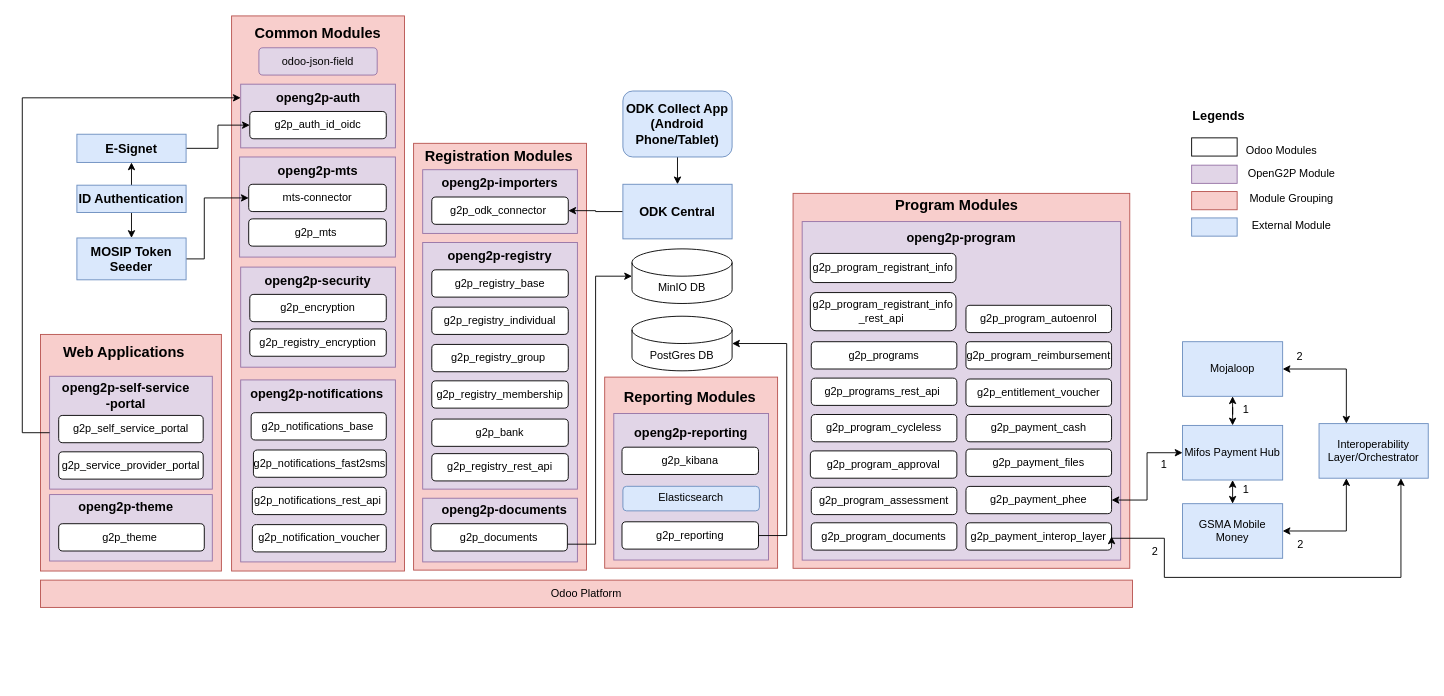
Earlier version of the draw.io diagram .gitbook/assets/technical-architecture.drawio (OpenG2P/openg2p-documentation). Source tidied: cells renumbered, new cells numbered last; positions are measured from the earlier drawing's top-left corner, leaving out a move shared by most shapes. Both pictures are drawn from the tidied source at 91%, with x=0, y=0 at pixel (22, 15). Pictures stored in the file or linked from it are replaced by grey dashed boxes.
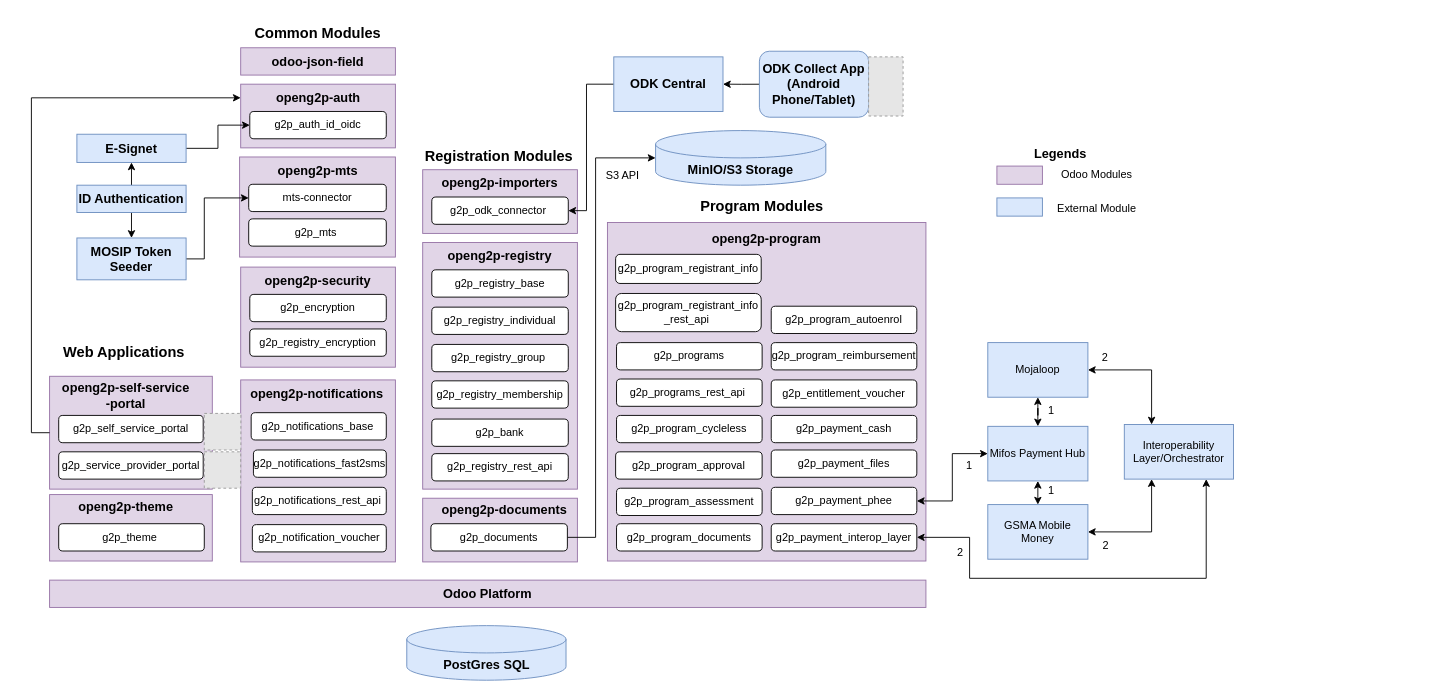
The same page after the edit.

Unchanged cells that the change refers to:
```xml
<mxCell id="5" style="rounded=0;whiteSpace=wrap;html=1;fillColor=#e1d5e7;strokeColor=#9673a6;" parent="1" vertex="1">
  <mxGeometry x="30" y="396" width="178.8" height="124" as="geometry" />
</mxCell>
<mxCell id="16" value="g2p_odk_connector&amp;nbsp;" style="rounded=1;whiteSpace=wrap;html=1;" parent="1" vertex="1">
  <mxGeometry x="450" y="199" width="150" height="30" as="geometry" />
</mxCell>
<mxCell id="40" value="g2p_documents" style="rounded=1;whiteSpace=wrap;html=1;" parent="1" vertex="1">
  <mxGeometry x="449" y="558" width="150" height="30" as="geometry" />
</mxCell>
```

The edit, as a diff of the source:
```diff
@@
-    <mxCell id="2" style="rounded=0;whiteSpace=wrap;html=1;fillColor=#f8cecc;strokeColor=#b85450;" parent="1" vertex="1">
-      <mxGeometry x="430" y="140" width="190" height="469" as="geometry" />
-    </mxCell>
@@
-    <mxCell id="4" style="rounded=0;whiteSpace=wrap;html=1;fillColor=#f8cecc;strokeColor=#b85450;" parent="1" vertex="1">
-      <mxGeometry x="20" y="350" width="198.8" height="260" as="geometry" />
-    </mxCell>
@@
-    <mxCell id="7" style="rounded=0;whiteSpace=wrap;html=1;fillColor=#f8cecc;strokeColor=#b85450;" parent="1" vertex="1">
-      <mxGeometry x="230" width="190" height="610" as="geometry" />
-    </mxCell>
@@
-    <mxCell id="11" value="Odoo Platform" style="rounded=0;whiteSpace=wrap;html=1;fillColor=#f8cecc;strokeColor=#b85450;" parent="1" vertex="1">
-      <mxGeometry x="20" y="620" width="1200" height="30" as="geometry" />
-    </mxCell>
-    <mxCell id="12" value="PostGres DB" style="shape=cylinder3;whiteSpace=wrap;html=1;boundedLbl=1;backgroundOutline=1;size=15;" parent="1" vertex="1">
-      <mxGeometry x="670" y="330" width="110" height="60" as="geometry" />
+    <mxCell id="12" value="&lt;b&gt;&lt;font style=&quot;font-size: 14px;&quot;&gt;PostGres SQL&lt;/font&gt;&lt;/b&gt;" style="shape=cylinder3;whiteSpace=wrap;html=1;boundedLbl=1;backgroundOutline=1;size=15;fillColor=#dae8fc;strokeColor=#6c8ebf;" parent="1" vertex="1">
+      <mxGeometry x="422.5" y="670" width="175" height="60" as="geometry" />
     </mxCell>
-    <mxCell id="13" value="MinIO DB" style="shape=cylinder3;whiteSpace=wrap;html=1;boundedLbl=1;backgroundOutline=1;size=15;" parent="1" vertex="1">
-      <mxGeometry x="670" y="256" width="110" height="60" as="geometry" />
+    <mxCell id="13" value="&lt;b&gt;&lt;font style=&quot;font-size: 14px;&quot;&gt;MinIO/S3 Storage&lt;/font&gt;&lt;/b&gt;" style="shape=cylinder3;whiteSpace=wrap;html=1;boundedLbl=1;backgroundOutline=1;size=15;fillColor=#dae8fc;strokeColor=#6c8ebf;" parent="1" vertex="1">
+      <mxGeometry x="695.9" y="126" width="187.1" height="60" as="geometry" />
     </mxCell>
-    <mxCell id="14" value="odoo-json-field" style="rounded=1;whiteSpace=wrap;html=1;fillColor=#e1d5e7;strokeColor=#9673a6;" parent="1" vertex="1">
-      <mxGeometry x="260" y="35" width="130" height="30" as="geometry" />
-    </mxCell>
@@
-    <mxCell id="39" style="edgeStyle=orthogonalEdgeStyle;rounded=0;jettySize=auto;html=1;exitX=1;exitY=0.75;exitDx=0;exitDy=0;entryX=0;entryY=0.5;entryDx=0;entryDy=0;entryPerimeter=0;" parent="1" edge="1" source="40" target="13">
+    <mxCell id="39" style="edgeStyle=orthogonalEdgeStyle;rounded=0;jettySize=auto;html=1;exitX=1;exitY=0.5;exitDx=0;exitDy=0;entryX=0;entryY=0.5;entryDx=0;entryDy=0;entryPerimeter=0;" parent="1" edge="1" source="40" target="13">
       <mxGeometry relative="1" as="geometry">
         <Array as="points">
-          <mxPoint x="630" y="580" />
-          <mxPoint x="630" y="286" />
+          <mxPoint x="630" y="573" />
+          <mxPoint x="630" y="156" />
         </Array>
       </mxGeometry>
     </mxCell>
@@
-    <mxCell id="44" style="rounded=0;whiteSpace=wrap;html=1;fillColor=#f8cecc;strokeColor=#b85450;" parent="1" vertex="1">
-      <mxGeometry x="847" y="195" width="370" height="412" as="geometry" />
-    </mxCell>
     <mxCell id="45" style="rounded=0;whiteSpace=wrap;html=1;fillColor=#e1d5e7;strokeColor=#9673a6;" parent="1" vertex="1">
-      <mxGeometry x="857" y="226" width="350" height="372" as="geometry" />
+      <mxGeometry x="643" y="227" width="350" height="372" as="geometry" />
     </mxCell>
     <mxCell id="46" value="g2p_program_registrant_info" style="rounded=1;whiteSpace=wrap;html=1;" parent="1" vertex="1">
-      <mxGeometry x="866" y="261" width="160" height="32" as="geometry" />
+      <mxGeometry x="652" y="262" width="160" height="32" as="geometry" />
     </mxCell>
     <mxCell id="47" value="openg2p-program" style="text;html=1;strokeColor=none;fillColor=none;align=center;verticalAlign=middle;whiteSpace=wrap;rounded=0;fontStyle=1;fontSize=14;" parent="1" vertex="1">
-      <mxGeometry x="967" y="229" width="130" height="30" as="geometry" />
+      <mxGeometry x="753" y="230" width="130" height="30" as="geometry" />
     </mxCell>
     <mxCell id="48" value="g2p_program_registrant_info&lt;br&gt;_rest_api&amp;nbsp;" style="rounded=1;whiteSpace=wrap;html=1;" parent="1" vertex="1">
-      <mxGeometry x="866" y="304" width="160" height="42" as="geometry" />
+      <mxGeometry x="652" y="305" width="160" height="42" as="geometry" />
     </mxCell>
     <mxCell id="49" value="g2p_programs" style="rounded=1;whiteSpace=wrap;html=1;" parent="1" vertex="1">
-      <mxGeometry x="867" y="358" width="160" height="30" as="geometry" />
+      <mxGeometry x="653" y="359" width="160" height="30" as="geometry" />
     </mxCell>
     <mxCell id="50" value="g2p_programs_rest_api&amp;nbsp;" style="rounded=1;whiteSpace=wrap;html=1;" parent="1" vertex="1">
-      <mxGeometry x="867" y="398" width="160" height="30" as="geometry" />
+      <mxGeometry x="653" y="399" width="160" height="30" as="geometry" />
     </mxCell>
     <mxCell id="51" value="g2p_program_cycleless" style="rounded=1;whiteSpace=wrap;html=1;" parent="1" vertex="1">
-      <mxGeometry x="867" y="438" width="160" height="30" as="geometry" />
+      <mxGeometry x="653" y="439" width="160" height="30" as="geometry" />
     </mxCell>
     <mxCell id="52" value="g2p_program_approval" style="rounded=1;whiteSpace=wrap;html=1;" parent="1" vertex="1">
-      <mxGeometry x="866" y="478" width="161" height="30" as="geometry" />
+      <mxGeometry x="652" y="479" width="161" height="30" as="geometry" />
     </mxCell>
     <mxCell id="53" value="g2p_program_assessment" style="rounded=1;whiteSpace=wrap;html=1;" parent="1" vertex="1">
-      <mxGeometry x="867" y="518" width="160" height="30" as="geometry" />
+      <mxGeometry x="653" y="519" width="160" height="30" as="geometry" />
     </mxCell>
     <mxCell id="54" value="&lt;b&gt;&lt;font style=&quot;font-size: 16px;&quot;&gt;Program Modules&lt;/font&gt;&lt;/b&gt;" style="text;html=1;strokeColor=none;fillColor=none;align=center;verticalAlign=middle;whiteSpace=wrap;rounded=0;" parent="1" vertex="1">
-      <mxGeometry x="942" y="193" width="170" height="30" as="geometry" />
+      <mxGeometry x="728" y="194" width="170" height="30" as="geometry" />
     </mxCell>
     <mxCell id="55" value="g2p_program_documents" style="rounded=1;whiteSpace=wrap;html=1;" parent="1" vertex="1">
-      <mxGeometry x="867" y="557" width="160" height="30" as="geometry" />
+      <mxGeometry x="653" y="558" width="160" height="30" as="geometry" />
     </mxCell>
     <mxCell id="56" value="g2p_payment_interop_layer" style="rounded=1;whiteSpace=wrap;html=1;" parent="1" vertex="1">
-      <mxGeometry x="1037" y="557" width="160" height="30" as="geometry" />
+      <mxGeometry x="823" y="558" width="160" height="30" as="geometry" />
     </mxCell>
     <mxCell id="57" value="g2p_payment_phee" style="rounded=1;whiteSpace=wrap;html=1;" parent="1" vertex="1">
-      <mxGeometry x="1037" y="517" width="160" height="30" as="geometry" />
+      <mxGeometry x="823" y="518" width="160" height="30" as="geometry" />
     </mxCell>
     <mxCell id="58" value="g2p_payment_files" style="rounded=1;whiteSpace=wrap;html=1;" parent="1" vertex="1">
-      <mxGeometry x="1037" y="476" width="160" height="30" as="geometry" />
+      <mxGeometry x="823" y="477" width="160" height="30" as="geometry" />
     </mxCell>
     <mxCell id="59" value="g2p_payment_cash" style="rounded=1;whiteSpace=wrap;html=1;" parent="1" vertex="1">
-      <mxGeometry x="1037" y="438" width="160" height="30" as="geometry" />
+      <mxGeometry x="823" y="439" width="160" height="30" as="geometry" />
     </mxCell>
     <mxCell id="60" value="g2p_entitlement_voucher" style="rounded=1;whiteSpace=wrap;html=1;" parent="1" vertex="1">
-      <mxGeometry x="1037" y="399" width="160" height="30" as="geometry" />
+      <mxGeometry x="823" y="400" width="160" height="30" as="geometry" />
     </mxCell>
     <mxCell id="61" value="g2p_program_reimbursement" style="rounded=1;whiteSpace=wrap;html=1;" parent="1" vertex="1">
-      <mxGeometry x="1037" y="358" width="160" height="30" as="geometry" />
+      <mxGeometry x="823" y="359" width="160" height="30" as="geometry" />
     </mxCell>
     <mxCell id="62" value="g2p_program_autoenrol" style="rounded=1;whiteSpace=wrap;html=1;" parent="1" vertex="1">
-      <mxGeometry x="1037" y="318" width="160" height="30" as="geometry" />
+      <mxGeometry x="823" y="319" width="160" height="30" as="geometry" />
     </mxCell>
@@
     <mxCell id="71" style="edgeStyle=orthogonalEdgeStyle;rounded=0;jettySize=auto;html=1;entryX=1;entryY=0.5;entryDx=0;entryDy=0;" parent="1" edge="1" source="72" target="16">
-      <mxGeometry relative="1" as="geometry" />
+      <mxGeometry relative="1" as="geometry">
+        <Array as="points">
+          <mxPoint x="620" y="75" />
+          <mxPoint x="620" y="214" />
+        </Array>
+      </mxGeometry>
     </mxCell>
     <mxCell id="72" value="&lt;b style=&quot;border-color: var(--border-color);&quot;&gt;&lt;font style=&quot;border-color: var(--border-color); font-size: 14px;&quot;&gt;ODK Central&lt;/font&gt;&lt;/b&gt;" style="rounded=0;whiteSpace=wrap;html=1;fillColor=#dae8fc;strokeColor=#6c8ebf;" parent="1" vertex="1">
-      <mxGeometry x="660" y="185" width="120" height="60" as="geometry" />
+      <mxGeometry x="650" y="45" width="120" height="60" as="geometry" />
     </mxCell>
-    <mxCell id="73" style="edgeStyle=orthogonalEdgeStyle;rounded=0;orthogonalLoop=1;jettySize=auto;html=1;exitX=0.5;exitY=1;exitDx=0;exitDy=0;exitPerimeter=0;" parent="1" edge="1" source="13" target="13">
-      <mxGeometry relative="1" as="geometry" />
-    </mxCell>
@@
-    <mxCell id="79" style="edgeStyle=orthogonalEdgeStyle;rounded=0;jettySize=auto;html=1;exitX=0.5;exitY=1;exitDx=0;exitDy=0;entryX=0.5;entryY=0;entryDx=0;entryDy=0;" parent="1" edge="1" source="80" target="72">
+    <mxCell id="79" style="edgeStyle=orthogonalEdgeStyle;rounded=0;jettySize=auto;html=1;exitX=0;exitY=0.5;exitDx=0;exitDy=0;entryX=1;entryY=0.5;entryDx=0;entryDy=0;" parent="1" edge="1" source="80" target="72">
       <mxGeometry relative="1" as="geometry" />
     </mxCell>
     <mxCell id="80" value="&lt;b style=&quot;font-size: 14px;&quot;&gt;ODK Collect App&lt;br&gt;(Android Phone/Tablet)&lt;/b&gt;" style="rounded=1;whiteSpace=wrap;html=1;fillColor=#dae8fc;strokeColor=#6c8ebf;" parent="1" vertex="1">
-      <mxGeometry x="660" y="82.5" width="120" height="72.5" as="geometry" />
+      <mxGeometry x="810" y="38.8" width="120" height="72.5" as="geometry" />
     </mxCell>
     <mxCell id="81" style="edgeStyle=orthogonalEdgeStyle;rounded=0;jettySize=auto;html=1;exitX=1;exitY=0.5;exitDx=0;exitDy=0;entryX=0.25;entryY=0;entryDx=0;entryDy=0;startArrow=classic;startFill=1;" parent="1" edge="1" source="82" target="90">
       <mxGeometry relative="1" as="geometry">
         <Array as="points">
-          <mxPoint x="1455" y="388" />
+          <mxPoint x="1241" y="389" />
         </Array>
       </mxGeometry>
     </mxCell>
     <mxCell id="82" value="Mojaloop" style="rounded=0;whiteSpace=wrap;html=1;fillColor=#dae8fc;strokeColor=#6c8ebf;" parent="1" vertex="1">
-      <mxGeometry x="1275" y="358" width="110" height="60" as="geometry" />
+      <mxGeometry x="1061" y="359" width="110" height="60" as="geometry" />
     </mxCell>
@@
     <mxCell id="86" value="Mifos Payment Hub" style="rounded=0;whiteSpace=wrap;html=1;fillColor=#dae8fc;strokeColor=#6c8ebf;" parent="1" vertex="1">
-      <mxGeometry x="1275" y="450" width="110" height="60" as="geometry" />
+      <mxGeometry x="1061" y="451" width="110" height="60" as="geometry" />
     </mxCell>
     <mxCell id="87" style="edgeStyle=orthogonalEdgeStyle;rounded=0;jettySize=auto;html=1;exitX=1;exitY=0.5;exitDx=0;exitDy=0;entryX=0.25;entryY=1;entryDx=0;entryDy=0;startArrow=classic;startFill=1;" parent="1" edge="1" source="88" target="90">
       <mxGeometry relative="1" as="geometry">
         <Array as="points">
-          <mxPoint x="1455" y="566" />
+          <mxPoint x="1241" y="567" />
         </Array>
       </mxGeometry>
     </mxCell>
     <mxCell id="88" value="GSMA Mobile Money" style="rounded=0;whiteSpace=wrap;html=1;fillColor=#dae8fc;strokeColor=#6c8ebf;" parent="1" vertex="1">
-      <mxGeometry x="1275" y="536" width="110" height="60" as="geometry" />
+      <mxGeometry x="1061" y="537" width="110" height="60" as="geometry" />
     </mxCell>
     <mxCell id="89" style="edgeStyle=orthogonalEdgeStyle;rounded=0;jettySize=auto;html=1;exitX=0.75;exitY=1;exitDx=0;exitDy=0;entryX=1;entryY=0.5;entryDx=0;entryDy=0;startArrow=classic;startFill=1;" parent="1" edge="1" source="90" target="56">
       <mxGeometry relative="1" as="geometry">
         <Array as="points">
-          <mxPoint x="1515" y="617" />
-          <mxPoint x="1255" y="617" />
-          <mxPoint x="1255" y="574" />
+          <mxPoint x="1301" y="618" />
+          <mxPoint x="1041" y="618" />
+          <mxPoint x="1041" y="573" />
         </Array>
       </mxGeometry>
     </mxCell>
     <mxCell id="90" value="Interoperability Layer/Orchestrator" style="rounded=0;whiteSpace=wrap;html=1;fillColor=#dae8fc;strokeColor=#6c8ebf;" parent="1" vertex="1">
-      <mxGeometry x="1425" y="448" width="120" height="60" as="geometry" />
+      <mxGeometry x="1211" y="449" width="120" height="60" as="geometry" />
     </mxCell>
@@
     <mxCell id="92" style="edgeStyle=orthogonalEdgeStyle;rounded=0;jettySize=auto;html=1;exitX=0;exitY=0.5;exitDx=0;exitDy=0;" parent="1" edge="1" source="5">
       <mxGeometry relative="1" as="geometry">
         <mxPoint x="240" y="90" as="targetPoint" />
         <Array as="points">
-          <mxPoint y="458" />
-          <mxPoint y="90" />
-          <mxPoint x="240" y="90" />
+          <mxPoint x="10" y="458" />
+          <mxPoint x="10" y="90" />
         </Array>
       </mxGeometry>
     </mxCell>
-    <mxCell id="93" style="rounded=0;whiteSpace=wrap;html=1;fillColor=#f8cecc;strokeColor=#b85450;" parent="1" vertex="1">
-      <mxGeometry x="640" y="396.9" width="190" height="210" as="geometry" />
-    </mxCell>
-    <mxCell id="94" style="rounded=0;whiteSpace=wrap;html=1;fillColor=#e1d5e7;strokeColor=#9673a6;" parent="1" vertex="1">
-      <mxGeometry x="650" y="436.9" width="170" height="161" as="geometry" />
-    </mxCell>
-    <mxCell id="95" style="edgeStyle=orthogonalEdgeStyle;rounded=0;jettySize=auto;html=1;exitX=1;exitY=0.75;exitDx=0;exitDy=0;entryX=1;entryY=0.5;entryDx=0;entryDy=0;entryPerimeter=0;" parent="1" edge="1" source="96" target="12">
-      <mxGeometry relative="1" as="geometry">
-        <Array as="points">
-          <mxPoint x="809" y="571" />
-          <mxPoint x="840" y="571" />
-          <mxPoint x="840" y="360" />
-        </Array>
-      </mxGeometry>
-    </mxCell>
-    <mxCell id="96" value="g2p_reporting" style="rounded=1;whiteSpace=wrap;html=1;" parent="1" vertex="1">
-      <mxGeometry x="659" y="555.9" width="150" height="30" as="geometry" />
-    </mxCell>
-    <mxCell id="97" value="&lt;b&gt;&lt;font style=&quot;font-size: 16px;&quot;&gt;Reporting Modules&lt;/font&gt;&lt;/b&gt;" style="text;html=1;strokeColor=none;fillColor=none;align=center;verticalAlign=middle;whiteSpace=wrap;rounded=0;" parent="1" vertex="1">
-      <mxGeometry x="649" y="403.9" width="170" height="30" as="geometry" />
-    </mxCell>
-    <mxCell id="98" value="openg2p-reporting" style="text;html=1;strokeColor=none;fillColor=none;align=center;verticalAlign=middle;whiteSpace=wrap;rounded=0;fontStyle=1;fontSize=14;" parent="1" vertex="1">
-      <mxGeometry x="665" y="442.9" width="140" height="30" as="geometry" />
-    </mxCell>
-    <mxCell id="99" value="Elasticsearch" style="rounded=1;whiteSpace=wrap;html=1;fillColor=#dae8fc;strokeColor=#6c8ebf;" parent="1" vertex="1">
-      <mxGeometry x="660" y="516.9" width="150" height="27" as="geometry" />
-    </mxCell>
-    <mxCell id="100" value="g2p_kibana" style="rounded=1;whiteSpace=wrap;html=1;" parent="1" vertex="1">
-      <mxGeometry x="659" y="473.9" width="150" height="30" as="geometry" />
-    </mxCell>
     <mxCell id="101" value="&lt;b style=&quot;font-size: 14px;&quot;&gt;&lt;font style=&quot;font-size: 14px;&quot;&gt;Legends&lt;/font&gt;&lt;/b&gt;" style="text;html=1;strokeColor=none;fillColor=none;align=center;verticalAlign=middle;whiteSpace=wrap;rounded=0;fontSize=14;" parent="1" vertex="1">
-      <mxGeometry x="1285" y="95" width="60" height="30" as="geometry" />
+      <mxGeometry x="1111" y="136.5" width="60" height="30" as="geometry" />
     </mxCell>
-    <mxCell id="102" style="rounded=0;whiteSpace=wrap;html=1;" parent="1" vertex="1">
-      <mxGeometry x="1285" y="134" width="50" height="20" as="geometry" />
-    </mxCell>
     <mxCell id="103" style="rounded=0;whiteSpace=wrap;html=1;fillColor=#e1d5e7;strokeColor=#9673a6;" parent="1" vertex="1">
-      <mxGeometry x="1285" y="164" width="50" height="20" as="geometry" />
+      <mxGeometry x="1071" y="165" width="50" height="20" as="geometry" />
     </mxCell>
-    <mxCell id="104" style="rounded=0;whiteSpace=wrap;html=1;fillColor=#f8cecc;strokeColor=#b85450;" parent="1" vertex="1">
-      <mxGeometry x="1285" y="193" width="50" height="20" as="geometry" />
-    </mxCell>
     <mxCell id="105" style="rounded=0;whiteSpace=wrap;html=1;fillColor=#dae8fc;strokeColor=#6c8ebf;" parent="1" vertex="1">
-      <mxGeometry x="1285" y="222" width="50" height="20" as="geometry" />
+      <mxGeometry x="1071" y="200" width="50" height="20" as="geometry" />
     </mxCell>
-    <mxCell id="106" value="Odoo Modules" style="text;html=1;strokeColor=none;fillColor=none;align=center;verticalAlign=middle;whiteSpace=wrap;rounded=0;" parent="1" vertex="1">
-      <mxGeometry x="1334" y="133" width="100" height="30" as="geometry" />
-    </mxCell>
-    <mxCell id="107" value="OpenG2P Module" style="text;html=1;strokeColor=none;fillColor=none;align=center;verticalAlign=middle;whiteSpace=wrap;rounded=0;" parent="1" vertex="1">
-      <mxGeometry x="1345" y="159" width="100" height="30" as="geometry" />
+    <mxCell id="107" value="Odoo Modules" style="text;html=1;strokeColor=none;fillColor=none;align=center;verticalAlign=middle;whiteSpace=wrap;rounded=0;" parent="1" vertex="1">
+      <mxGeometry x="1131" y="160" width="100" height="30" as="geometry" />
     </mxCell>
-    <mxCell id="108" value="Module Grouping" style="text;html=1;strokeColor=none;fillColor=none;align=center;verticalAlign=middle;whiteSpace=wrap;rounded=0;" parent="1" vertex="1">
-      <mxGeometry x="1345" y="186" width="100" height="30" as="geometry" />
-    </mxCell>
     <mxCell id="109" value="External Module" style="text;html=1;strokeColor=none;fillColor=none;align=center;verticalAlign=middle;whiteSpace=wrap;rounded=0;" parent="1" vertex="1">
-      <mxGeometry x="1345" y="216" width="100" height="30" as="geometry" />
+      <mxGeometry x="1131" y="197" width="100" height="30" as="geometry" />
     </mxCell>
     <mxCell id="110" value="1" style="text;html=1;strokeColor=none;fillColor=none;align=center;verticalAlign=middle;whiteSpace=wrap;rounded=0;" parent="1" vertex="1">
-      <mxGeometry x="1315" y="418" width="60" height="30" as="geometry" />
+      <mxGeometry x="1101" y="419" width="60" height="30" as="geometry" />
     </mxCell>
     <mxCell id="111" value="1" style="text;html=1;strokeColor=none;fillColor=none;align=center;verticalAlign=middle;whiteSpace=wrap;rounded=0;" parent="1" vertex="1">
-      <mxGeometry x="1315" y="506" width="60" height="30" as="geometry" />
+      <mxGeometry x="1101" y="507" width="60" height="30" as="geometry" />
     </mxCell>
     <mxCell id="112" value="1" style="text;html=1;strokeColor=none;fillColor=none;align=center;verticalAlign=middle;whiteSpace=wrap;rounded=0;" parent="1" vertex="1">
-      <mxGeometry x="1225" y="478" width="60" height="30" as="geometry" />
+      <mxGeometry x="1011" y="479" width="60" height="30" as="geometry" />
     </mxCell>
     <mxCell id="113" value="2" style="text;html=1;strokeColor=none;fillColor=none;align=center;verticalAlign=middle;whiteSpace=wrap;rounded=0;" parent="1" vertex="1">
-      <mxGeometry x="1374" y="360" width="60" height="30" as="geometry" />
+      <mxGeometry x="1160" y="361" width="60" height="30" as="geometry" />
     </mxCell>
     <mxCell id="114" value="2" style="text;html=1;strokeColor=none;fillColor=none;align=center;verticalAlign=middle;whiteSpace=wrap;rounded=0;" parent="1" vertex="1">
-      <mxGeometry x="1375" y="566" width="60" height="30" as="geometry" />
+      <mxGeometry x="1161" y="567" width="60" height="30" as="geometry" />
     </mxCell>
     <mxCell id="115" value="2" style="text;html=1;strokeColor=none;fillColor=none;align=center;verticalAlign=middle;whiteSpace=wrap;rounded=0;" parent="1" vertex="1">
-      <mxGeometry x="1215" y="574" width="60" height="30" as="geometry" />
+      <mxGeometry x="1001" y="575" width="60" height="30" as="geometry" />
     </mxCell>
+    <mxCell id="116" style="edgeStyle=orthogonalEdgeStyle;rounded=0;orthogonalLoop=1;jettySize=auto;html=1;exitX=0.5;exitY=1;exitDx=0;exitDy=0;" parent="1" edge="1" source="80" target="80">
+      <mxGeometry relative="1" as="geometry" />
+    </mxCell>
+    <mxCell id="11" value="&lt;b&gt;&lt;font style=&quot;font-size: 14px;&quot;&gt;Odoo Platform&lt;/font&gt;&lt;/b&gt;" style="rounded=0;whiteSpace=wrap;html=1;fillColor=#e1d5e7;strokeColor=#9673a6;" parent="1" vertex="1">
+      <mxGeometry x="30" y="620" width="963" height="30" as="geometry" />
+    </mxCell>
+    <mxCell id="117" value="S3 API" style="text;html=1;strokeColor=none;fillColor=none;align=center;verticalAlign=middle;whiteSpace=wrap;rounded=0;" parent="1" vertex="1">
+      <mxGeometry x="630" y="161" width="60" height="30" as="geometry" />
+    </mxCell>
+    <mxCell id="118" style="fillColor=#E6E6E6;strokeColor=#999999;dashed=1;verticalLabelPosition=bottom;verticalAlign=top;" parent="1" vertex="1">
+      <mxGeometry x="200" y="436.8" width="40.2" height="40.2" as="geometry" />
+    </mxCell>
+    <mxCell id="119" style="fillColor=#E6E6E6;strokeColor=#999999;dashed=1;verticalLabelPosition=bottom;verticalAlign=top;" parent="1" vertex="1">
+      <mxGeometry x="200" y="479" width="40" height="40" as="geometry" />
+    </mxCell>
+    <mxCell id="120" style="fillColor=#E6E6E6;strokeColor=#999999;dashed=1;verticalLabelPosition=bottom;verticalAlign=top;" parent="1" vertex="1">
+      <mxGeometry x="930" y="45" width="37.9" height="65" as="geometry" />
+    </mxCell>
+    <mxCell id="14" value="&lt;span style=&quot;border-color: var(--border-color);&quot;&gt;&lt;b&gt;&lt;font style=&quot;font-size: 14px;&quot;&gt;odoo-json-field&lt;/font&gt;&lt;/b&gt;&lt;/span&gt;" style="rounded=0;whiteSpace=wrap;html=1;fillColor=#e1d5e7;strokeColor=#9673a6;" parent="1" vertex="1">
+      <mxGeometry x="240" y="35" width="170" height="30" as="geometry" />
+    </mxCell>
```
